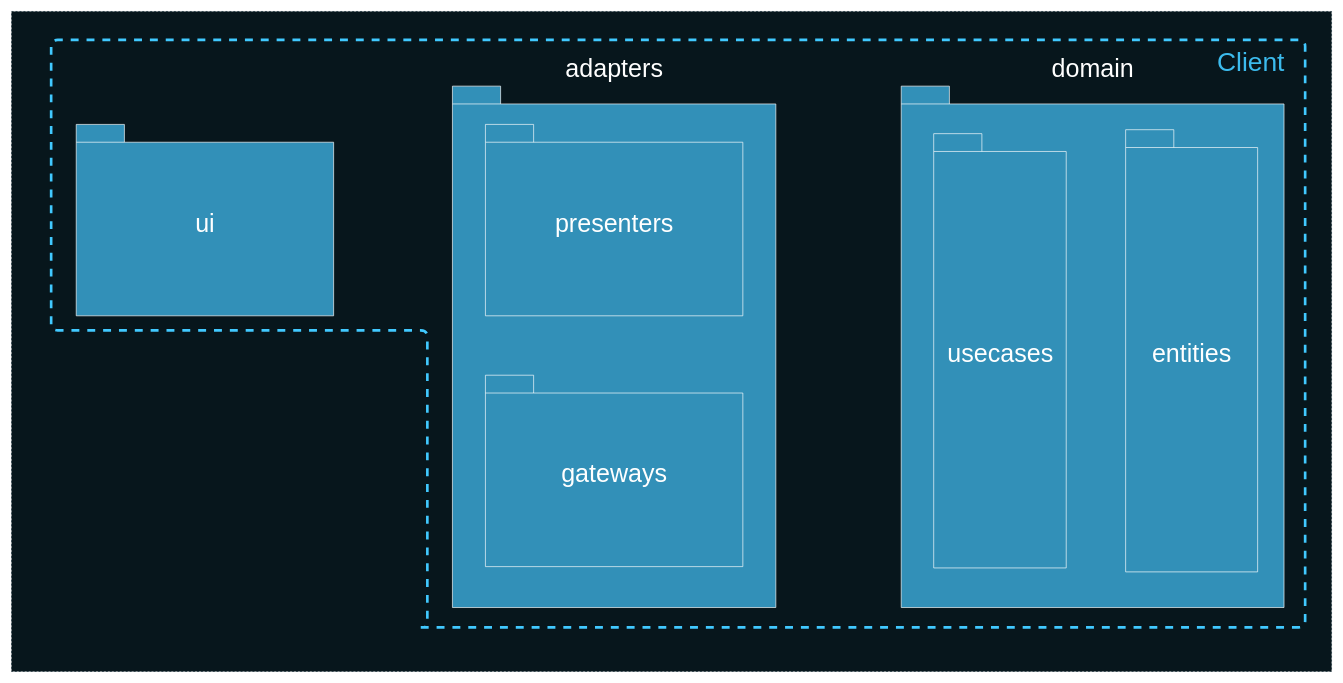
Earlier version of the draw.io diagram deck/ru/diagrams/packagesClient.drawio (AlexanderLapygin/ca-react-rest-api-starter). Source tidied: cells renumbered, new cells numbered last; positions are measured from the earlier drawing's top-left corner, leaving out a move shared by most shapes. Both pictures are drawn from the tidied source at 66%, with x=0, y=0 at pixel (11, 11).
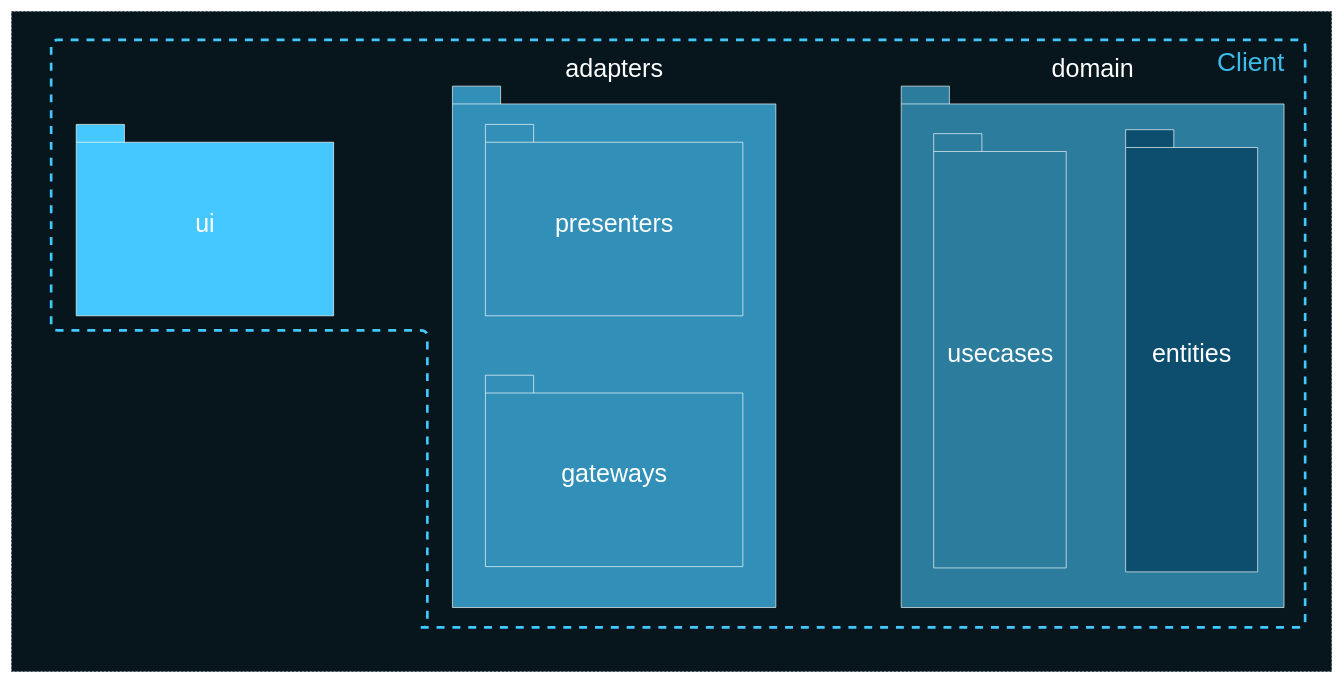
Above is the later version.

Diff of the diagram source:
```diff
@@
 <mxGraphModel background="#ffffff">
   <root>
     <mxCell id="0" />
     <mxCell id="1" parent="0" />
     <mxCell id="2" style="rounded=0;whiteSpace=wrap;html=1;fillColor=#07161C;fontSize=30;fontColor=#FFFFFF;strokeColor=#0C242E;dashed=1;" parent="1" vertex="1">
       <mxGeometry y="-0.1" width="2000" height="1000" as="geometry" />
     </mxCell>
-    <mxCell id="3" value="&lt;font color=&quot;#ffffff&quot; style=&quot;font-size: 38px&quot;&gt;ui&lt;/font&gt;" style="shape=folder;fontStyle=0;spacingTop=10;tabWidth=73;tabHeight=27;tabPosition=left;html=1;strokeColor=#FFFFFF;fillColor=#3290B8;" parent="1" vertex="1">
+    <mxCell id="3" value="&lt;font color=&quot;#ffffff&quot; style=&quot;font-size: 38px&quot;&gt;ui&lt;/font&gt;" style="shape=folder;fontStyle=0;spacingTop=10;tabWidth=73;tabHeight=27;tabPosition=left;html=1;strokeColor=#FFFFFF;fillColor=#45C8FF;" parent="1" vertex="1">
       <mxGeometry x="98" y="171" width="390" height="290" as="geometry" />
     </mxCell>
     <mxCell id="4" style="group;" parent="1" vertex="1">
       <mxGeometry x="668" y="113" width="490" height="790" as="geometry" />
     </mxCell>
     <mxCell id="5" value="&lt;font color=&quot;#ffffff&quot; style=&quot;font-size: 38px&quot;&gt;adapters&lt;/font&gt;" style="shape=folder;fontStyle=0;spacingTop=10;tabWidth=73;tabHeight=27;tabPosition=left;html=1;strokeColor=#FFFFFF;fillColor=#3290B8;labelPosition=center;verticalLabelPosition=top;align=center;verticalAlign=bottom;" parent="4" vertex="1">
       <mxGeometry width="490" height="790" as="geometry" />
     </mxCell>
     <mxCell id="6" value="&lt;font color=&quot;#ffffff&quot; style=&quot;font-size: 38px&quot;&gt;presenters&lt;/font&gt;" style="shape=folder;fontStyle=0;spacingTop=10;tabWidth=73;tabHeight=27;tabPosition=left;html=1;strokeColor=#FFFFFF;fillColor=#3290B8;" parent="4" vertex="1">
       <mxGeometry x="50" y="58" width="390" height="290" as="geometry" />
     </mxCell>
     <mxCell id="7" value="&lt;font color=&quot;#ffffff&quot; style=&quot;font-size: 38px&quot;&gt;gateways&lt;/font&gt;" style="shape=folder;fontStyle=0;spacingTop=10;tabWidth=73;tabHeight=27;tabPosition=left;html=1;strokeColor=#FFFFFF;fillColor=#3290B8;" parent="4" vertex="1">
       <mxGeometry x="50" y="438" width="390" height="290" as="geometry" />
     </mxCell>
     <mxCell id="8" style="group;" parent="1" vertex="1">
       <mxGeometry x="1348" y="113" width="580" height="790" as="geometry" />
     </mxCell>
-    <mxCell id="9" value="&lt;font color=&quot;#ffffff&quot; style=&quot;font-size: 38px&quot;&gt;domain&lt;/font&gt;" style="shape=folder;fontStyle=0;spacingTop=10;tabWidth=73;tabHeight=27;tabPosition=left;html=1;strokeColor=#FFFFFF;fillColor=#3290B8;labelPosition=center;verticalLabelPosition=top;align=center;verticalAlign=bottom;" parent="8" vertex="1">
+    <mxCell id="9" value="&lt;font color=&quot;#ffffff&quot; style=&quot;font-size: 38px&quot;&gt;domain&lt;/font&gt;" style="shape=folder;fontStyle=0;spacingTop=10;tabWidth=73;tabHeight=27;tabPosition=left;html=1;strokeColor=#FFFFFF;fillColor=#2C7C9E;labelPosition=center;verticalLabelPosition=top;align=center;verticalAlign=bottom;" parent="8" vertex="1">
       <mxGeometry width="580" height="790" as="geometry" />
     </mxCell>
-    <mxCell id="10" value="&lt;font color=&quot;#ffffff&quot; style=&quot;font-size: 38px&quot;&gt;entities&lt;/font&gt;" style="shape=folder;fontStyle=0;spacingTop=10;tabWidth=73;tabHeight=27;tabPosition=left;html=1;strokeColor=#FFFFFF;fillColor=#3290B8;" parent="8" vertex="1">
+    <mxCell id="10" value="&lt;font color=&quot;#ffffff&quot; style=&quot;font-size: 38px&quot;&gt;entities&lt;/font&gt;" style="shape=folder;fontStyle=0;spacingTop=10;tabWidth=73;tabHeight=27;tabPosition=left;html=1;strokeColor=#FFFFFF;fillColor=#0D4E6E;" parent="8" vertex="1">
       <mxGeometry x="340" y="66" width="200" height="670" as="geometry" />
     </mxCell>
-    <mxCell id="11" value="&lt;font color=&quot;#ffffff&quot; style=&quot;font-size: 38px&quot;&gt;usecases&lt;/font&gt;" style="shape=folder;fontStyle=0;spacingTop=10;tabWidth=73;tabHeight=27;tabPosition=left;html=1;strokeColor=#FFFFFF;fillColor=#3290B8;" parent="8" vertex="1">
+    <mxCell id="11" value="&lt;font color=&quot;#ffffff&quot; style=&quot;font-size: 38px&quot;&gt;usecases&lt;/font&gt;" style="shape=folder;fontStyle=0;spacingTop=10;tabWidth=73;tabHeight=27;tabPosition=left;html=1;strokeColor=#FFFFFF;fillColor=#2C7C9E;" parent="8" vertex="1">
       <mxGeometry x="49.2" y="72" width="200.8" height="658" as="geometry" />
     </mxCell>
     <mxCell id="12" style="group;" parent="1" vertex="1">
       <mxGeometry x="50" y="43" width="1934" height="890" as="geometry" />
     </mxCell>
     <mxCell id="13" style="group;" parent="12" vertex="1">
       <mxGeometry x="10" width="1924" height="890" as="geometry" />
     </mxCell>
     <mxCell id="14" style="edgeStyle=segmentEdgeStyle;endArrow=none;html=1;strokeColor=#41C9FF;strokeWidth=4;endFill=0;dashed=1;" parent="13" edge="1">
       <mxGeometry relative="1" as="geometry">
         <mxPoint x="560" y="890" as="sourcePoint" />
         <mxPoint x="560" y="890" as="targetPoint" />
         <Array as="points">
           <mxPoint x="1900" y="890" />
           <mxPoint x="1900" />
           <mxPoint />
           <mxPoint y="440" />
           <mxPoint x="570" y="440" />
           <mxPoint x="570" y="890" />
         </Array>
       </mxGeometry>
     </mxCell>
     <mxCell id="15" value="Client" style="text;html=1;strokeColor=none;fillColor=none;align=center;verticalAlign=middle;whiteSpace=wrap;rounded=0;fontColor=#3CBBED;fontSize=40;" parent="13" vertex="1">
       <mxGeometry x="1712" y="3" width="212" height="60" as="geometry" />
     </mxCell>
   </root>
 </mxGraphModel>
```
